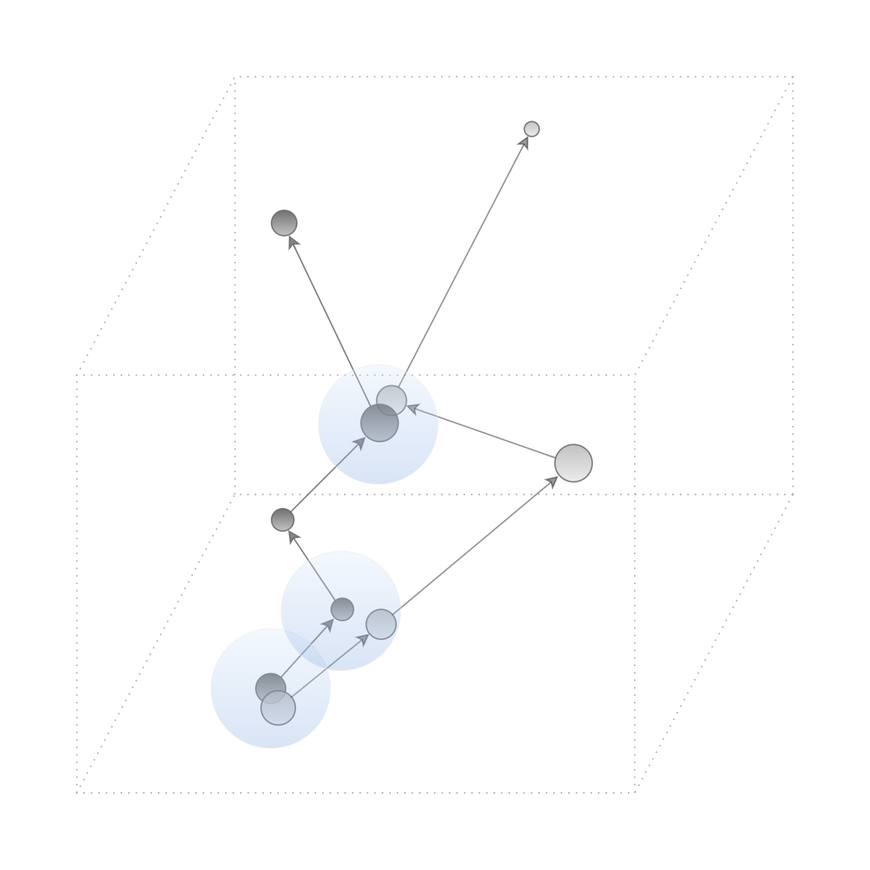
Above: doc/concept/image/connection_space.png in the-anna-project/annad (draw.io), before the change. Source tidied: cells renumbered, new cells last; positions are measured from the earlier drawing's top-left corner, leaving out a move shared by most shapes.
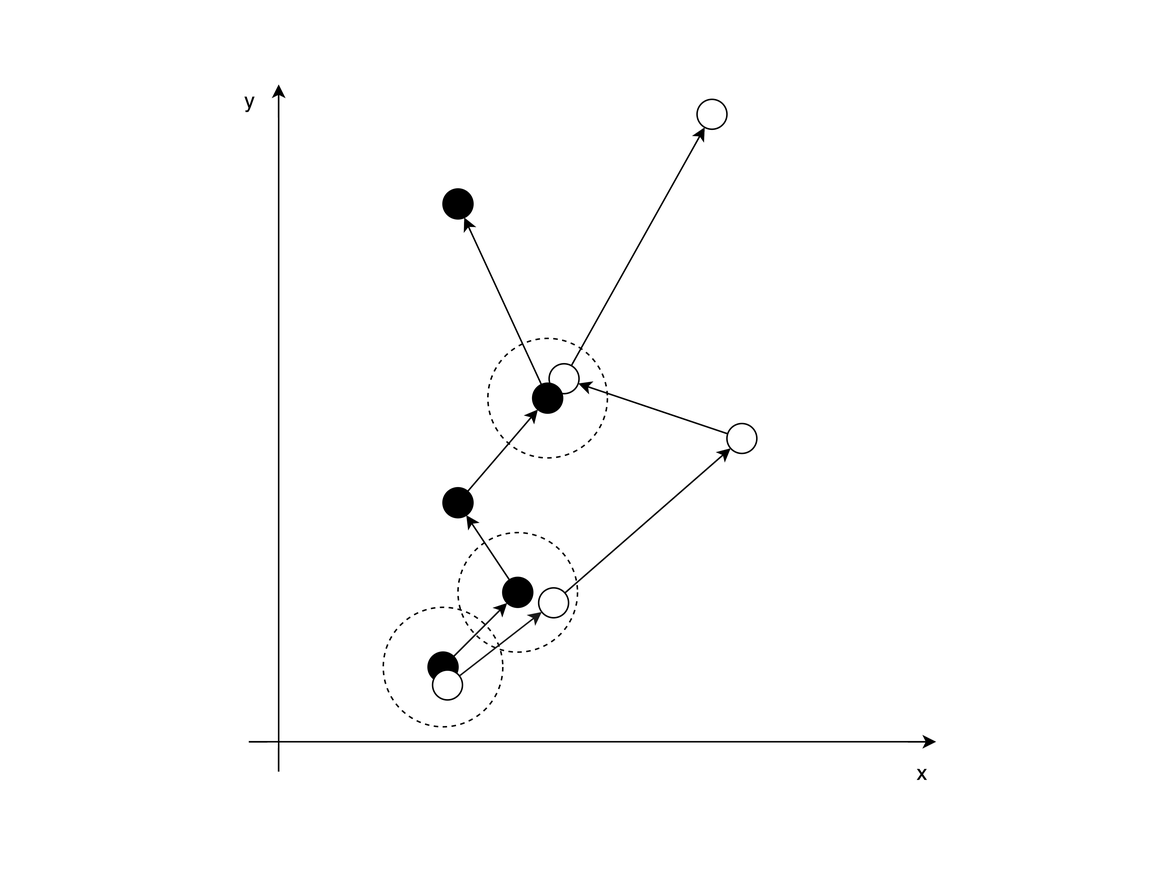
Above is the later version.

Commit message:
improved documentation about connection space

Change to the diagram source:
```diff
@@ -2,94 +2,89 @@
   <root>
     <mxCell id="0" />
     <mxCell id="1" parent="0" />
-    <mxCell id="2" style="whiteSpace=wrap;html=1;rounded=0;shadow=0;glass=0;dashed=1;comic=0;strokeColor=none;strokeWidth=1;fillColor=none;" parent="1" vertex="1">
-      <mxGeometry width="580" height="580" as="geometry" />
-    </mxCell>
-    <mxCell id="3" style="shape=parallelogram;whiteSpace=wrap;html=1;rounded=0;shadow=0;glass=0;dashed=1;comic=0;strokeColor=#B3B3B3;strokeWidth=1;fillColor=none;gradientColor=none;size=0.22066666666666668;flipH=1;flipV=1;dashPattern=1 4;" parent="1" vertex="1">
-      <mxGeometry x="50" y="330" width="480" height="200" as="geometry" />
-    </mxCell>
-    <mxCell id="4" style="shape=parallelogram;whiteSpace=wrap;html=1;rounded=0;shadow=0;glass=0;dashed=1;comic=0;strokeWidth=1;size=0.22066666666666668;flipH=1;flipV=1;dashPattern=1 4;plain-red;fillColor=none;strokeColor=#B3B3B3;" parent="1" vertex="1">
-      <mxGeometry x="50" y="50" width="480" height="200" as="geometry" />
-    </mxCell>
+    <mxCell id="30" style="whiteSpace=wrap;html=1;rounded=0;shadow=0;glass=0;dashed=1;comic=0;strokeColor=none;strokeWidth=1;fillColor=none;gradientColor=none;fontSize=14;fontColor=#B3B3B3;" parent="1" vertex="1">
+      <mxGeometry x="-115" y="15" width="780" height="580" as="geometry" />
+    </mxCell>
+    <mxCell id="28" style="ellipse;whiteSpace=wrap;html=1;rounded=0;shadow=0;glass=0;comic=0;strokeWidth=1;plain-blue;strokeColor=#000000;gradientColor=none;fillColor=none;dashed=1;" parent="1" vertex="1">
+      <mxGeometry x="140" y="420" width="80" height="80" as="geometry" />
+    </mxCell>
+    <mxCell id="29" style="ellipse;whiteSpace=wrap;html=1;rounded=0;shadow=0;glass=0;comic=0;strokeWidth=1;plain-blue;strokeColor=#000000;gradientColor=none;fillColor=none;dashed=1;" parent="1" vertex="1">
+      <mxGeometry x="190" y="370" width="80" height="80" as="geometry" />
+    </mxCell>
+    <mxCell id="27" style="ellipse;whiteSpace=wrap;html=1;rounded=0;shadow=0;glass=0;comic=0;strokeWidth=1;plain-blue;strokeColor=#000000;gradientColor=none;fillColor=none;dashed=1;" parent="1" vertex="1">
+      <mxGeometry x="210" y="240" width="80" height="80" as="geometry" />
+    </mxCell>
-    <mxCell id="5" style="ellipse;whiteSpace=wrap;html=1;rounded=0;shadow=0;glass=0;comic=0;strokeWidth=1;gradientDirection=east;rotation=-90;opacity=80;plain-gray;fillColor=#E6E6E6;" parent="1" vertex="1">
+    <mxCell id="5" style="ellipse;whiteSpace=wrap;html=1;rounded=0;shadow=0;glass=0;comic=0;strokeWidth=1;gradientDirection=east;rotation=-90;plain-gray;fillColor=#FFFFFF;gradientColor=none;strokeColor=#000000;" parent="1" vertex="1">
       <mxGeometry x="251" y="257" width="20" height="20" as="geometry" />
     </mxCell>
-    <mxCell id="6" style="endArrow=none;html=1;shadow=0;dashed=1;strokeColor=#B3B3B3;entryX=-0.001;entryY=0.418;entryPerimeter=0;exitX=-0.001;exitY=1.001;exitPerimeter=0;dashPattern=1 4;" parent="1" edge="1">
-      <mxGeometry relative="1" as="geometry">
-        <mxPoint x="50" y="530" as="sourcePoint" />
-        <mxPoint x="50" y="251" as="targetPoint" />
-      </mxGeometry>
-    </mxCell>
-    <mxCell id="7" style="endArrow=none;html=1;shadow=0;dashed=1;strokeColor=#B3B3B3;entryX=0.22;entryY=-0.004;entryPerimeter=0;exitX=0.22;exitY=0;exitPerimeter=0;dashPattern=1 4;" parent="1" edge="1" source="3" target="4">
-      <mxGeometry x="429.2" y="259.8" as="geometry" />
-    </mxCell>
-    <mxCell id="8" style="endArrow=none;html=1;shadow=0;dashed=1;strokeColor=#B3B3B3;entryX=1.001;entryY=0;entryPerimeter=0;exitX=0;exitY=1.001;exitPerimeter=0;dashPattern=1 4;" parent="1" edge="1" source="3">
-      <mxGeometry x="439.2" y="269.8" as="geometry">
-        <mxPoint x="530" y="50" as="targetPoint" />
-      </mxGeometry>
-    </mxCell>
-    <mxCell id="9" style="endArrow=none;html=1;shadow=0;dashed=1;strokeColor=#B3B3B3;entryX=0.779;entryY=0.998;entryPerimeter=0;exitX=0.78;exitY=1.002;exitPerimeter=0;dashPattern=1 4;" parent="1" edge="1" source="3" target="4">
-      <mxGeometry x="69.2" y="279.8" as="geometry" />
-    </mxCell>
-    <mxCell id="10" style="ellipse;whiteSpace=wrap;html=1;rounded=0;shadow=0;glass=0;comic=0;strokeWidth=1;gradientDirection=east;rotation=-90;plain-gray;opacity=80;gradientColor=#4D4D4D;fillColor=#B3B3B3;" parent="1" vertex="1">
+    <mxCell id="10" style="ellipse;whiteSpace=wrap;html=1;rounded=0;shadow=0;glass=0;comic=0;strokeWidth=1;gradientDirection=east;rotation=-90;plain-gray;gradientColor=none;fillColor=#000000;strokeColor=#000000;" parent="1" vertex="1">
       <mxGeometry x="170" y="450" width="20" height="20" as="geometry" />
     </mxCell>
-    <mxCell id="11" style="ellipse;whiteSpace=wrap;html=1;rounded=0;shadow=0;glass=0;comic=0;strokeWidth=1;gradientDirection=east;rotation=-90;plain-gray;opacity=80;gradientColor=#4D4D4D;fillColor=#B3B3B3;" parent="1" vertex="1">
-      <mxGeometry x="220" y="400" width="15" height="15" as="geometry" />
+    <mxCell id="11" style="ellipse;whiteSpace=wrap;html=1;rounded=0;shadow=0;glass=0;comic=0;strokeWidth=1;gradientDirection=east;rotation=-90;plain-gray;gradientColor=none;fillColor=#000000;strokeColor=#000000;" parent="1" vertex="1">
+      <mxGeometry x="220" y="400" width="20" height="20" as="geometry" />
     </mxCell>
-    <mxCell id="12" style="ellipse;whiteSpace=wrap;html=1;rounded=0;shadow=0;glass=0;comic=0;strokeWidth=1;gradientDirection=east;rotation=-90;plain-gray;opacity=80;gradientColor=#4D4D4D;fillColor=#B3B3B3;" parent="1" vertex="1">
-      <mxGeometry x="180" y="340" width="15" height="15" as="geometry" />
+    <mxCell id="12" style="ellipse;whiteSpace=wrap;html=1;rounded=0;shadow=0;glass=0;comic=0;strokeWidth=1;gradientDirection=east;rotation=-90;plain-gray;gradientColor=none;fillColor=#000000;strokeColor=#000000;" parent="1" vertex="1">
+      <mxGeometry x="180" y="340" width="20" height="20" as="geometry" />
     </mxCell>
-    <mxCell id="13" style="ellipse;whiteSpace=wrap;html=1;rounded=0;shadow=0;glass=0;comic=0;strokeWidth=1;gradientDirection=east;rotation=-90;plain-gray;opacity=80;gradientColor=#4D4D4D;fillColor=#B3B3B3;" parent="1" vertex="1">
-      <mxGeometry x="240" y="270" width="25" height="25" as="geometry" />
+    <mxCell id="13" style="ellipse;whiteSpace=wrap;html=1;rounded=0;shadow=0;glass=0;comic=0;strokeWidth=1;gradientDirection=east;rotation=-90;plain-gray;gradientColor=none;fillColor=#000000;strokeColor=#000000;" parent="1" vertex="1">
+      <mxGeometry x="240" y="270" width="20" height="20" as="geometry" />
     </mxCell>
-    <mxCell id="14" style="ellipse;whiteSpace=wrap;html=1;rounded=0;shadow=0;glass=0;comic=0;strokeWidth=1;gradientDirection=east;rotation=-90;plain-gray;opacity=80;gradientColor=#4D4D4D;fillColor=#B3B3B3;" parent="1" vertex="1">
-      <mxGeometry x="180" y="140" width="17" height="17" as="geometry" />
+    <mxCell id="14" style="ellipse;whiteSpace=wrap;html=1;rounded=0;shadow=0;glass=0;comic=0;strokeWidth=1;gradientDirection=east;rotation=-90;plain-gray;gradientColor=none;fillColor=#000000;strokeColor=#000000;" parent="1" vertex="1">
+      <mxGeometry x="180" y="140" width="20" height="20" as="geometry" />
     </mxCell>
-    <mxCell id="15" style="endArrow=classic;html=1;shadow=0;plain-gray;opacity=80;" parent="1" edge="1" source="13" target="14">
+    <mxCell id="15" style="endArrow=classic;html=1;shadow=0;plain-gray;strokeColor=#000000;" parent="1" edge="1" source="13" target="14">
       <mxGeometry relative="1" as="geometry" />
     </mxCell>
-    <mxCell id="16" style="endArrow=classic;html=1;shadow=0;plain-gray;opacity=80;" parent="1" edge="1" source="12" target="13">
+    <mxCell id="16" style="endArrow=classic;html=1;shadow=0;plain-gray;strokeColor=#000000;" parent="1" edge="1" source="12" target="13">
       <mxGeometry relative="1" as="geometry" />
     </mxCell>
-    <mxCell id="17" style="endArrow=classic;html=1;shadow=0;plain-gray;opacity=80;" parent="1" edge="1" source="11" target="12">
-      <mxGeometry x="212.8" y="311.3" as="geometry" />
+    <mxCell id="17" style="endArrow=classic;html=1;shadow=0;plain-gray;strokeColor=#000000;" parent="1" edge="1" source="11" target="12">
+      <mxGeometry x="327.8" y="296.3" as="geometry" />
     </mxCell>
-    <mxCell id="18" style="endArrow=classic;html=1;shadow=0;plain-gray;opacity=80;" parent="1" edge="1" source="10" target="11">
-      <mxGeometry x="222.8" y="321.3" as="geometry" />
+    <mxCell id="18" style="endArrow=classic;html=1;shadow=0;plain-gray;strokeColor=#000000;" parent="1" edge="1" source="10" target="11">
+      <mxGeometry x="337.8" y="306.3" as="geometry" />
     </mxCell>
-    <mxCell id="19" style="ellipse;whiteSpace=wrap;html=1;rounded=0;shadow=0;glass=0;comic=0;strokeWidth=1;gradientDirection=east;rotation=-90;opacity=80;plain-gray;fillColor=#E6E6E6;" parent="1" vertex="1">
-      <mxGeometry x="173" y="462" width="23" height="23" as="geometry" />
+    <mxCell id="19" style="ellipse;whiteSpace=wrap;html=1;rounded=0;shadow=0;glass=0;comic=0;strokeWidth=1;gradientDirection=east;rotation=-90;plain-gray;fillColor=#FFFFFF;gradientColor=none;strokeColor=#000000;" parent="1" vertex="1">
+      <mxGeometry x="173" y="462" width="20" height="20" as="geometry" />
     </mxCell>
-    <mxCell id="20" style="ellipse;whiteSpace=wrap;html=1;rounded=0;shadow=0;glass=0;comic=0;strokeWidth=1;gradientDirection=east;rotation=-90;opacity=80;plain-gray;fillColor=#E6E6E6;" parent="1" vertex="1">
+    <mxCell id="20" style="ellipse;whiteSpace=wrap;html=1;rounded=0;shadow=0;glass=0;comic=0;strokeWidth=1;gradientDirection=east;rotation=-90;plain-gray;fillColor=#FFFFFF;gradientColor=none;strokeColor=#000000;" parent="1" vertex="1">
       <mxGeometry x="244" y="407" width="20" height="20" as="geometry" />
     </mxCell>
-    <mxCell id="21" style="ellipse;whiteSpace=wrap;html=1;rounded=0;shadow=0;glass=0;comic=0;strokeWidth=1;gradientDirection=east;rotation=-90;opacity=80;plain-gray;fillColor=#E6E6E6;" parent="1" vertex="1">
-      <mxGeometry x="370" y="297" width="25" height="25" as="geometry" />
+    <mxCell id="21" style="ellipse;whiteSpace=wrap;html=1;rounded=0;shadow=0;glass=0;comic=0;strokeWidth=1;gradientDirection=east;rotation=-90;plain-gray;fillColor=#FFFFFF;gradientColor=none;strokeColor=#000000;" parent="1" vertex="1">
+      <mxGeometry x="370" y="297" width="20" height="20" as="geometry" />
     </mxCell>
-    <mxCell id="22" style="ellipse;whiteSpace=wrap;html=1;rounded=0;shadow=0;glass=0;comic=0;strokeWidth=1;gradientDirection=east;rotation=-90;opacity=80;plain-gray;fillColor=#E6E6E6;" parent="1" vertex="1">
-      <mxGeometry x="350" y="80" width="10" height="10" as="geometry" />
+    <mxCell id="22" style="ellipse;whiteSpace=wrap;html=1;rounded=0;shadow=0;glass=0;comic=0;strokeWidth=1;gradientDirection=east;rotation=-90;plain-gray;fillColor=#FFFFFF;gradientColor=none;strokeColor=#000000;" parent="1" vertex="1">
+      <mxGeometry x="350" y="80" width="20" height="20" as="geometry" />
     </mxCell>
-    <mxCell id="23" style="endArrow=classic;html=1;shadow=0;strokeColor=#000000;opacity=40;" parent="1" edge="1" source="5" target="22">
-      <mxGeometry x="224.2" y="166.2" as="geometry" />
+    <mxCell id="23" style="endArrow=classic;html=1;shadow=0;strokeColor=#000000;" parent="1" edge="1" source="5" target="22">
+      <mxGeometry x="339.2" y="151.2" as="geometry" />
     </mxCell>
-    <mxCell id="24" style="endArrow=classic;html=1;shadow=0;strokeColor=#000000;opacity=40;" parent="1" edge="1" source="21" target="5">
-      <mxGeometry x="224.8" y="301.3" as="geometry" />
+    <mxCell id="24" style="endArrow=classic;html=1;shadow=0;strokeColor=#000000;" parent="1" edge="1" source="21" target="5">
+      <mxGeometry x="339.8" y="286.3" as="geometry" />
     </mxCell>
-    <mxCell id="25" style="endArrow=classic;html=1;shadow=0;strokeColor=#000000;opacity=40;" parent="1" edge="1" source="20" target="21">
-      <mxGeometry x="234.8" y="311.3" as="geometry" />
+    <mxCell id="25" style="endArrow=classic;html=1;shadow=0;strokeColor=#000000;" parent="1" edge="1" source="20" target="21">
+      <mxGeometry x="349.8" y="296.3" as="geometry" />
     </mxCell>
-    <mxCell id="26" style="endArrow=classic;html=1;shadow=0;strokeColor=#000000;opacity=40;" parent="1" edge="1" source="19" target="20">
-      <mxGeometry x="232.8" y="331.3" as="geometry" />
+    <mxCell id="26" style="endArrow=classic;html=1;shadow=0;strokeColor=#1A1A1A;" parent="1" edge="1" source="19" target="20">
+      <mxGeometry x="347.8" y="316.3" as="geometry" />
     </mxCell>
-    <mxCell id="27" style="ellipse;whiteSpace=wrap;html=1;rounded=0;shadow=0;glass=0;comic=0;strokeWidth=1;opacity=30;plain-blue;strokeColor=#E6E6E6;" parent="1" vertex="1">
-      <mxGeometry x="212" y="243" width="80" height="80" as="geometry" />
-    </mxCell>
-    <mxCell id="28" style="ellipse;whiteSpace=wrap;html=1;rounded=0;shadow=0;glass=0;comic=0;strokeWidth=1;opacity=30;plain-blue;strokeColor=#E6E6E6;" parent="1" vertex="1">
-      <mxGeometry x="140" y="420" width="80" height="80" as="geometry" />
-    </mxCell>
-    <mxCell id="29" style="ellipse;whiteSpace=wrap;html=1;rounded=0;shadow=0;glass=0;comic=0;strokeWidth=1;opacity=30;plain-blue;strokeColor=#E6E6E6;" parent="1" vertex="1">
-      <mxGeometry x="187" y="368" width="80" height="80" as="geometry" />
-    </mxCell>
+    <mxCell id="31" style="endArrow=classic;html=1;shadow=0;strokeColor=#000000;fontSize=14;fontColor=#B3B3B3;" parent="1" edge="1">
+      <mxGeometry relative="1" as="geometry">
+        <mxPoint x="70" y="530" as="sourcePoint" />
+        <mxPoint x="70" y="70" as="targetPoint" />
+      </mxGeometry>
+    </mxCell>
+    <mxCell id="32" style="endArrow=classic;html=1;shadow=0;strokeColor=#000000;fontSize=14;fontColor=#B3B3B3;" parent="1" edge="1">
+      <mxGeometry x="205" y="75" as="geometry">
+        <mxPoint x="50" y="510" as="sourcePoint" />
+        <mxPoint x="510" y="510" as="targetPoint" />
+      </mxGeometry>
+    </mxCell>
+    <mxCell id="33" value="&lt;font color=&quot;#000000&quot;&gt;y&lt;/font&gt;" style="text;html=1;strokeColor=none;fillColor=none;align=center;verticalAlign=middle;whiteSpace=wrap;overflow=hidden;rounded=0;shadow=0;glass=0;comic=0;fontSize=14;fontColor=#B3B3B3;" parent="1" vertex="1">
+      <mxGeometry x="40" y="70" width="20" height="20" as="geometry" />
+    </mxCell>
+    <mxCell id="34" value="&lt;font color=&quot;#000000&quot;&gt;x&lt;/font&gt;" style="text;html=1;strokeColor=none;fillColor=none;align=center;verticalAlign=middle;whiteSpace=wrap;overflow=hidden;rounded=0;shadow=0;glass=0;comic=0;fontSize=14;fontColor=#B3B3B3;" parent="1" vertex="1">
+      <mxGeometry x="490" y="520" width="20" height="20" as="geometry" />
+    </mxCell>
   </root>
 </mxGraphModel>
```
